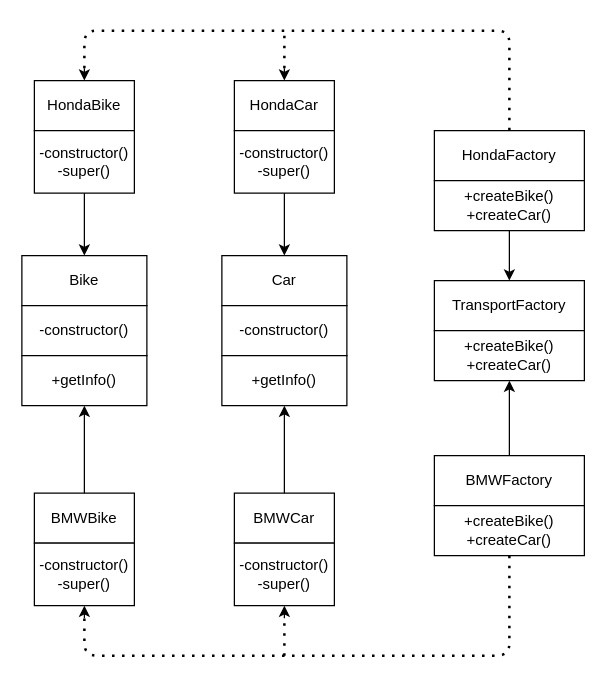
This is 1_creational/abstractFactory.drawio from plnnsimon/patterns, a draw.io file, before an edit. Source tidied: cells renumbered, new cells numbered last; positions are measured from the earlier drawing's top-left corner, leaving out a move shared by most shapes. Both pictures are drawn from the tidied source at 125%, with x=0, y=0 at pixel (21, 30).
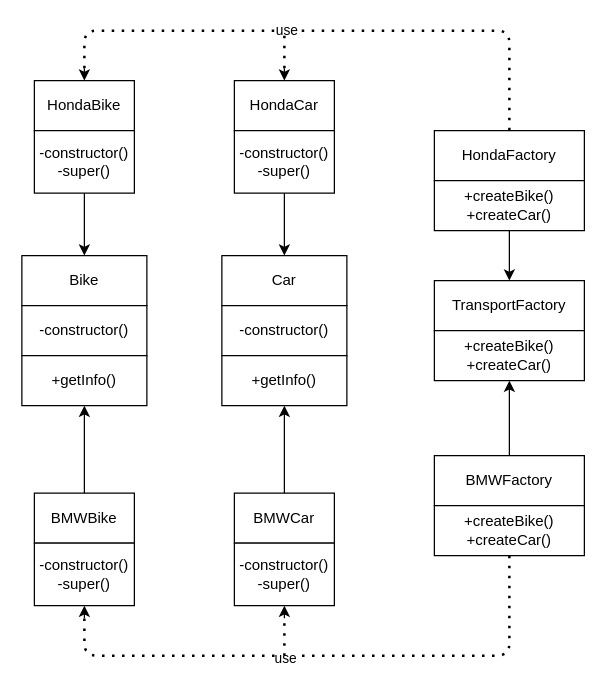
The same page after the edit.

The change refers to these unchanged cells:
```xml
<mxCell id="24" style="endArrow=none;dashed=1;html=1;dashPattern=1 3;strokeWidth=2;exitX=0.5;exitY=1;exitDx=0;exitDy=0;exitPerimeter=0;" parent="1" edge="1" source="6">
  <mxGeometry relative="1" as="geometry">
    <mxPoint x="50" y="470" as="targetPoint" />
    <Array as="points">
      <mxPoint x="390" y="500" />
      <mxPoint x="210" y="500" />
      <mxPoint x="50" y="500" />
    </Array>
  </mxGeometry>
</mxCell>
<mxCell id="28" style="endArrow=none;dashed=1;html=1;dashPattern=1 3;strokeWidth=2;entryX=0.5;entryY=0;entryDx=0;entryDy=0;" parent="1" edge="1" target="4">
  <mxGeometry relative="1" as="geometry">
    <mxPoint x="50" y="30" as="sourcePoint" />
    <Array as="points">
      <mxPoint x="50" />
      <mxPoint x="90" />
      <mxPoint x="390" />
    </Array>
  </mxGeometry>
</mxCell>
```

The edit, as a diff of the source:
```diff
@@
+    <mxCell id="36" value="use" style="edgeLabel;html=1;align=center;verticalAlign=middle;" parent="24" vertex="1">
+      <mxGeometry x="0.14" y="1" relative="1" as="geometry">
+        <mxPoint x="-3" as="offset" />
+      </mxGeometry>
+    </mxCell>
@@
+    <mxCell id="37" value="use" style="edgeLabel;html=1;align=center;verticalAlign=middle;" parent="28" vertex="1">
+      <mxGeometry x="-0.15" y="1" relative="1" as="geometry" />
+    </mxCell>
```
